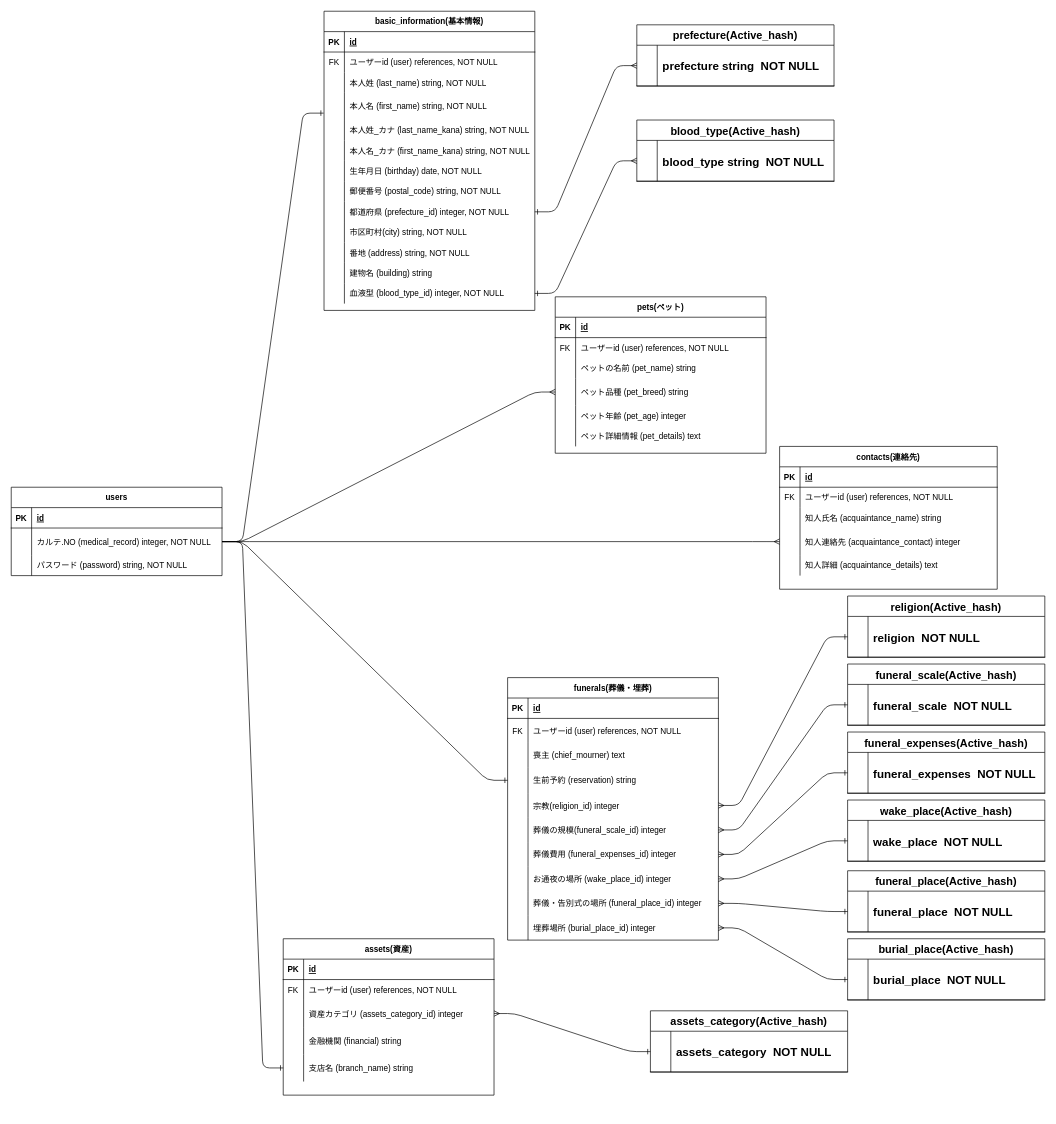
sutogone/ending_note keeps this draw.io diagram as ending.dio. Above is the earlier version. Source tidied: cells renumbered, new cells numbered last; positions are measured from the earlier drawing's top-left corner, leaving out a move shared by most shapes. Both pictures are drawn from the tidied source at 68%, with x=0, y=0 at pixel (11, 11).
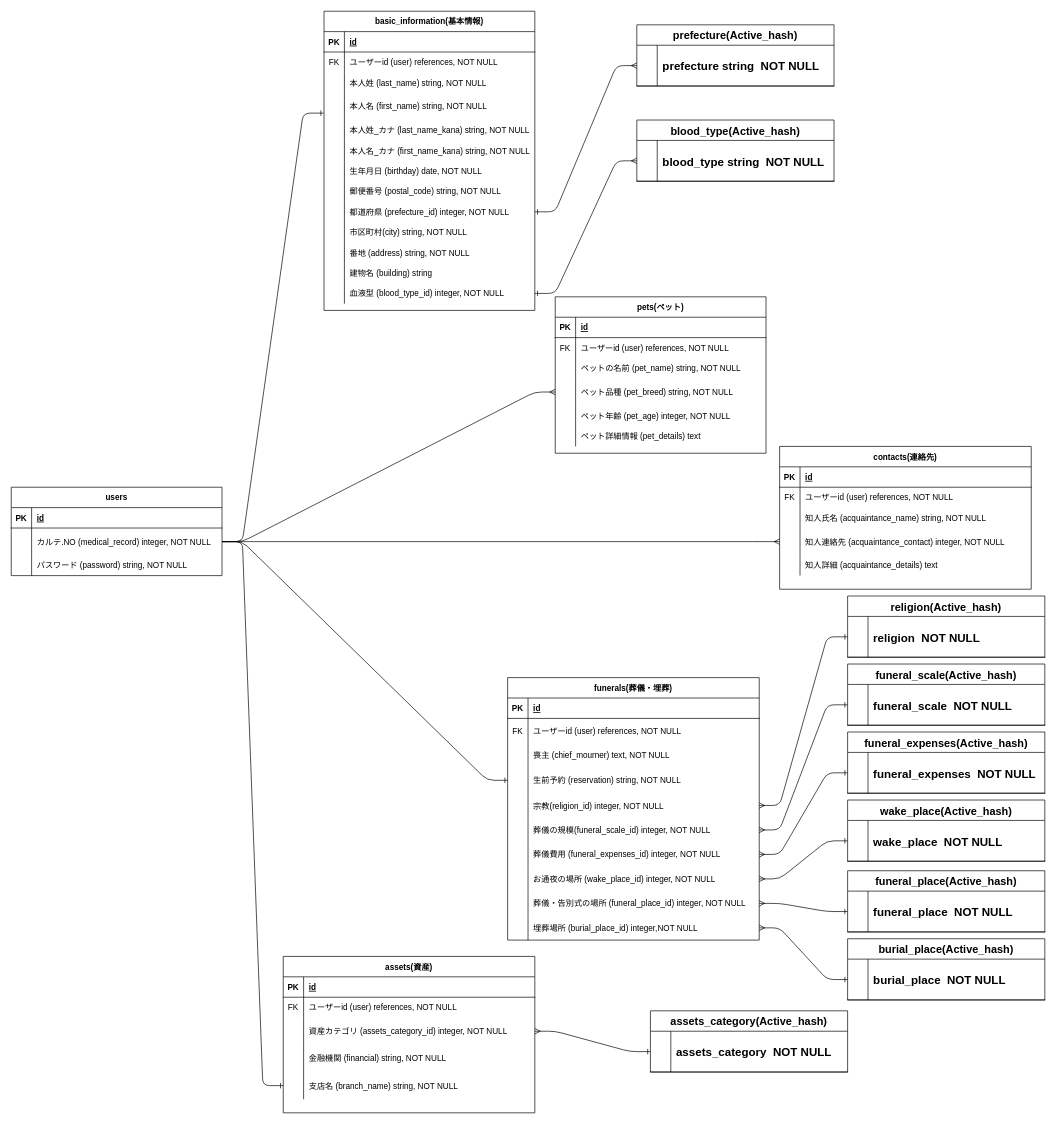
The same diagram, later.

The change refers to these unchanged cells:
```xml
<mxCell id="32" style="shape=partialRectangle;fillColor=none;top=0;left=0;bottom=0;right=0;points=[[0,0.5],[1,0.5]];portConstraint=eastwest;" parent="7" vertex="1">
  <mxGeometry y="280" width="310" height="30" as="geometry" />
</mxCell>
<mxCell id="79" style="shape=partialRectangle;fillColor=none;top=0;left=0;bottom=1;right=0;points=[[0,0.5],[1,0.5]];portConstraint=eastwest;" parent="78" vertex="1">
  <mxGeometry y="30" width="290" height="60" as="geometry" />
</mxCell>
<mxCell id="101" style="shape=partialRectangle;fillColor=none;top=0;left=0;bottom=0;right=0;" parent="94" vertex="1">
  <mxGeometry y="90" width="310" height="30" as="geometry" />
</mxCell>
<mxCell id="104" style="shape=partialRectangle;fillColor=none;top=0;left=0;bottom=0;right=0;points=[[0,0.5],[1,0.5]];portConstraint=eastwest;" parent="94" vertex="1">
  <mxGeometry y="120" width="310" height="40" as="geometry" />
</mxCell>
<mxCell id="107" style="shape=partialRectangle;fillColor=none;top=0;left=0;bottom=0;right=0;" parent="94" vertex="1">
  <mxGeometry y="160" width="310" height="30" as="geometry" />
</mxCell>
```

Change to the diagram source:
```diff
@@
     <mxCell id="61" value="contacts(連絡先)" style="shape=table;startSize=30;childLayout=tableLayout;rowLines=0;fontStyle=1;align=center;" parent="1" vertex="1">
-      <mxGeometry x="1130" y="640" width="320" height="210" as="geometry" />
+      <mxGeometry x="1130" y="640" width="370" height="210" as="geometry" />
     </mxCell>
     <mxCell id="62" style="shape=partialRectangle;fillColor=none;top=0;left=0;bottom=1;right=0;" parent="61" vertex="1">
-      <mxGeometry y="30" width="320" height="30" as="geometry" />
+      <mxGeometry y="30" width="370" height="30" as="geometry" />
     </mxCell>
@@
     <mxCell id="64" value="id" style="shape=partialRectangle;fillColor=none;top=0;left=0;bottom=0;right=0;align=left;spacingLeft=6;fontStyle=5;overflow=hidden;" parent="62" vertex="1">
-      <mxGeometry x="30" width="290" height="30" as="geometry" />
+      <mxGeometry x="30" width="340" height="30" as="geometry" />
     </mxCell>
     <mxCell id="65" style="shape=partialRectangle;fillColor=none;top=0;left=0;bottom=0;right=0;" parent="61" vertex="1">
-      <mxGeometry y="60" width="320" height="30" as="geometry" />
+      <mxGeometry y="60" width="370" height="30" as="geometry" />
     </mxCell>
@@
     <mxCell id="67" value="ユーザーid (user) references, NOT NULL" style="shape=partialRectangle;fillColor=none;top=0;left=0;bottom=0;right=0;align=left;spacingLeft=6;overflow=hidden;" parent="65" vertex="1">
-      <mxGeometry x="30" width="290" height="30" as="geometry" />
+      <mxGeometry x="30" width="340" height="30" as="geometry" />
     </mxCell>
     <mxCell id="68" style="shape=partialRectangle;fillColor=none;top=0;left=0;bottom=0;right=0;" parent="61" vertex="1">
-      <mxGeometry y="90" width="320" height="30" as="geometry" />
+      <mxGeometry y="90" width="370" height="30" as="geometry" />
     </mxCell>
@@
-    <mxCell id="70" value="知人氏名 (acquaintance_name) string" style="shape=partialRectangle;fillColor=none;top=0;left=0;bottom=0;right=0;align=left;spacingLeft=6;overflow=hidden;" parent="68" vertex="1">
-      <mxGeometry x="30" width="290" height="30" as="geometry" />
+    <mxCell id="70" value="知人氏名 (acquaintance_name) string, NOT NULL" style="shape=partialRectangle;fillColor=none;top=0;left=0;bottom=0;right=0;align=left;spacingLeft=6;overflow=hidden;" parent="68" vertex="1">
+      <mxGeometry x="30" width="340" height="30" as="geometry" />
     </mxCell>
     <mxCell id="71" style="shape=partialRectangle;fillColor=none;top=0;left=0;bottom=0;right=0;points=[[0,0.5],[1,0.5]];portConstraint=eastwest;" parent="61" vertex="1">
-      <mxGeometry y="120" width="320" height="40" as="geometry" />
+      <mxGeometry y="120" width="370" height="40" as="geometry" />
     </mxCell>
@@
-    <mxCell id="73" value="知人連絡先 (acquaintance_contact) integer" style="shape=partialRectangle;fillColor=none;top=0;left=0;bottom=0;right=0;align=left;spacingLeft=6;overflow=hidden;" parent="71" vertex="1">
-      <mxGeometry x="30" width="290" height="40" as="geometry" />
+    <mxCell id="73" value="知人連絡先 (acquaintance_contact) integer, NOT NULL" style="shape=partialRectangle;fillColor=none;top=0;left=0;bottom=0;right=0;align=left;spacingLeft=6;overflow=hidden;" parent="71" vertex="1">
+      <mxGeometry x="30" width="340" height="40" as="geometry" />
     </mxCell>
     <mxCell id="74" style="shape=partialRectangle;fillColor=none;top=0;left=0;bottom=0;right=0;" parent="61" vertex="1">
-      <mxGeometry y="160" width="320" height="30" as="geometry" />
+      <mxGeometry y="160" width="370" height="30" as="geometry" />
     </mxCell>
@@
     <mxCell id="76" value="知人詳細 (acquaintance_details) text" style="shape=partialRectangle;fillColor=none;top=0;left=0;bottom=0;right=0;align=left;spacingLeft=6;overflow=hidden;" parent="74" vertex="1">
-      <mxGeometry x="30" width="290" height="30" as="geometry" />
+      <mxGeometry x="30" width="340" height="30" as="geometry" />
     </mxCell>
@@
-    <mxCell id="103" value="ペットの名前 (pet_name) string" style="shape=partialRectangle;fillColor=none;top=0;left=0;bottom=0;right=0;align=left;spacingLeft=6;overflow=hidden;" parent="101" vertex="1">
+    <mxCell id="103" value="ペットの名前 (pet_name) string, NOT NULL" style="shape=partialRectangle;fillColor=none;top=0;left=0;bottom=0;right=0;align=left;spacingLeft=6;overflow=hidden;" parent="101" vertex="1">
       <mxGeometry x="30" width="280" height="30" as="geometry" />
     </mxCell>
@@
-    <mxCell id="106" value="ペット品種 (pet_breed) string" style="shape=partialRectangle;fillColor=none;top=0;left=0;bottom=0;right=0;align=left;spacingLeft=6;overflow=hidden;" parent="104" vertex="1">
+    <mxCell id="106" value="ペット品種 (pet_breed) string, NOT NULL" style="shape=partialRectangle;fillColor=none;top=0;left=0;bottom=0;right=0;align=left;spacingLeft=6;overflow=hidden;" parent="104" vertex="1">
       <mxGeometry x="30" width="280" height="40" as="geometry" />
     </mxCell>
@@
-    <mxCell id="109" value="ペット年齢 (pet_age) integer" style="shape=partialRectangle;fillColor=none;top=0;left=0;bottom=0;right=0;align=left;spacingLeft=6;overflow=hidden;" parent="107" vertex="1">
+    <mxCell id="109" value="ペット年齢 (pet_age) integer, NOT NULL" style="shape=partialRectangle;fillColor=none;top=0;left=0;bottom=0;right=0;align=left;spacingLeft=6;overflow=hidden;" parent="107" vertex="1">
       <mxGeometry x="30" width="280" height="30" as="geometry" />
     </mxCell>
@@
     <mxCell id="131" value="funerals(葬儀・埋葬)" style="shape=table;startSize=30;childLayout=tableLayout;rowLines=0;fontStyle=1;align=center;" parent="1" vertex="1">
-      <mxGeometry x="730" y="980" width="310" height="386" as="geometry" />
+      <mxGeometry x="730" y="980" width="370" height="386" as="geometry" />
     </mxCell>
     <mxCell id="132" style="shape=partialRectangle;fillColor=none;top=0;left=0;bottom=1;right=0;" parent="131" vertex="1">
-      <mxGeometry y="30" width="310" height="30" as="geometry" />
+      <mxGeometry y="30" width="370" height="30" as="geometry" />
     </mxCell>
@@
     <mxCell id="134" value="id" style="shape=partialRectangle;fillColor=none;top=0;left=0;bottom=0;right=0;align=left;spacingLeft=6;fontStyle=5;overflow=hidden;" parent="132" vertex="1">
-      <mxGeometry x="30" width="280" height="30" as="geometry" />
+      <mxGeometry x="30" width="340" height="30" as="geometry" />
     </mxCell>
     <mxCell id="135" style="shape=partialRectangle;fillColor=none;top=0;left=0;bottom=0;right=0;" parent="131" vertex="1">
-      <mxGeometry y="60" width="310" height="36" as="geometry" />
+      <mxGeometry y="60" width="370" height="36" as="geometry" />
     </mxCell>
@@
     <mxCell id="137" value="ユーザーid (user) references, NOT NULL" style="shape=partialRectangle;fillColor=none;top=0;left=0;bottom=0;right=0;align=left;spacingLeft=6;overflow=hidden;" parent="135" vertex="1">
-      <mxGeometry x="30" width="280" height="36" as="geometry" />
+      <mxGeometry x="30" width="340" height="36" as="geometry" />
     </mxCell>
     <mxCell id="138" style="shape=partialRectangle;fillColor=none;top=0;left=0;bottom=0;right=0;" parent="131" vertex="1">
-      <mxGeometry y="96" width="310" height="36" as="geometry" />
+      <mxGeometry y="96" width="370" height="36" as="geometry" />
     </mxCell>
@@
-    <mxCell id="140" value="喪主 (chief_mourner) text" style="shape=partialRectangle;fillColor=none;top=0;left=0;bottom=0;right=0;align=left;spacingLeft=6;overflow=hidden;" parent="138" vertex="1">
-      <mxGeometry x="30" width="280" height="36" as="geometry" />
+    <mxCell id="140" value="喪主 (chief_mourner) text, NOT NULL" style="shape=partialRectangle;fillColor=none;top=0;left=0;bottom=0;right=0;align=left;spacingLeft=6;overflow=hidden;" parent="138" vertex="1">
+      <mxGeometry x="30" width="340" height="36" as="geometry" />
     </mxCell>
     <mxCell id="141" style="shape=partialRectangle;fillColor=none;top=0;left=0;bottom=0;right=0;points=[[0,0.5],[1,0.5]];portConstraint=eastwest;" parent="131" vertex="1">
-      <mxGeometry y="132" width="310" height="38" as="geometry" />
+      <mxGeometry y="132" width="370" height="38" as="geometry" />
     </mxCell>
@@
-    <mxCell id="143" value="生前予約 (reservation) string" style="shape=partialRectangle;fillColor=none;top=0;left=0;bottom=0;right=0;align=left;spacingLeft=6;overflow=hidden;" parent="141" vertex="1">
-      <mxGeometry x="30" width="280" height="38" as="geometry" />
+    <mxCell id="143" value="生前予約 (reservation) string, NOT NULL" style="shape=partialRectangle;fillColor=none;top=0;left=0;bottom=0;right=0;align=left;spacingLeft=6;overflow=hidden;" parent="141" vertex="1">
+      <mxGeometry x="30" width="340" height="38" as="geometry" />
     </mxCell>
     <mxCell id="144" style="shape=partialRectangle;fillColor=none;top=0;left=0;bottom=0;right=0;points=[[0,0.5],[1,0.5]];portConstraint=eastwest;" parent="131" vertex="1">
-      <mxGeometry y="170" width="310" height="36" as="geometry" />
+      <mxGeometry y="170" width="370" height="36" as="geometry" />
     </mxCell>
@@
-    <mxCell id="146" value="宗教(religion_id) integer" style="shape=partialRectangle;fillColor=none;top=0;left=0;bottom=0;right=0;align=left;spacingLeft=6;overflow=hidden;" parent="144" vertex="1">
-      <mxGeometry x="30" width="280" height="36" as="geometry" />
+    <mxCell id="146" value="宗教(religion_id) integer, NOT NULL" style="shape=partialRectangle;fillColor=none;top=0;left=0;bottom=0;right=0;align=left;spacingLeft=6;overflow=hidden;" parent="144" vertex="1">
+      <mxGeometry x="30" width="340" height="36" as="geometry" />
     </mxCell>
     <mxCell id="147" style="shape=partialRectangle;fillColor=none;top=0;left=0;bottom=0;right=0;points=[[0,0.5],[1,0.5]];portConstraint=eastwest;" parent="131" vertex="1">
-      <mxGeometry y="206" width="310" height="36" as="geometry" />
+      <mxGeometry y="206" width="370" height="36" as="geometry" />
     </mxCell>
@@
-    <mxCell id="149" value="葬儀の規模(funeral_scale_id) integer" style="shape=partialRectangle;fillColor=none;top=0;left=0;bottom=0;right=0;align=left;spacingLeft=6;overflow=hidden;" parent="147" vertex="1">
-      <mxGeometry x="30" width="280" height="36" as="geometry" />
+    <mxCell id="149" value="葬儀の規模(funeral_scale_id) integer, NOT NULL" style="shape=partialRectangle;fillColor=none;top=0;left=0;bottom=0;right=0;align=left;spacingLeft=6;overflow=hidden;" parent="147" vertex="1">
+      <mxGeometry x="30" width="340" height="36" as="geometry" />
     </mxCell>
     <mxCell id="150" style="shape=partialRectangle;fillColor=none;top=0;left=0;bottom=0;right=0;points=[[0,0.5],[1,0.5]];portConstraint=eastwest;" parent="131" vertex="1">
-      <mxGeometry y="242" width="310" height="36" as="geometry" />
+      <mxGeometry y="242" width="370" height="36" as="geometry" />
     </mxCell>
@@
-    <mxCell id="152" value="葬儀費用 (funeral_expenses_id) integer" style="shape=partialRectangle;fillColor=none;top=0;left=0;bottom=0;right=0;align=left;spacingLeft=6;overflow=hidden;" parent="150" vertex="1">
-      <mxGeometry x="30" width="280" height="36" as="geometry" />
+    <mxCell id="152" value="葬儀費用 (funeral_expenses_id) integer, NOT NULL" style="shape=partialRectangle;fillColor=none;top=0;left=0;bottom=0;right=0;align=left;spacingLeft=6;overflow=hidden;" parent="150" vertex="1">
+      <mxGeometry x="30" width="340" height="36" as="geometry" />
     </mxCell>
     <mxCell id="153" style="shape=partialRectangle;fillColor=none;top=0;left=0;bottom=0;right=0;points=[[0,0.5],[1,0.5]];portConstraint=eastwest;" parent="131" vertex="1">
-      <mxGeometry y="278" width="310" height="36" as="geometry" />
+      <mxGeometry y="278" width="370" height="36" as="geometry" />
     </mxCell>
@@
-    <mxCell id="155" value="お通夜の場所 (wake_place_id) integer" style="shape=partialRectangle;fillColor=none;top=0;left=0;bottom=0;right=0;align=left;spacingLeft=6;overflow=hidden;" parent="153" vertex="1">
-      <mxGeometry x="30" width="280" height="36" as="geometry" />
+    <mxCell id="155" value="お通夜の場所 (wake_place_id) integer, NOT NULL" style="shape=partialRectangle;fillColor=none;top=0;left=0;bottom=0;right=0;align=left;spacingLeft=6;overflow=hidden;" parent="153" vertex="1">
+      <mxGeometry x="30" width="340" height="36" as="geometry" />
     </mxCell>
     <mxCell id="156" style="shape=partialRectangle;fillColor=none;top=0;left=0;bottom=0;right=0;points=[[0,0.5],[1,0.5]];portConstraint=eastwest;" parent="131" vertex="1">
-      <mxGeometry y="314" width="310" height="36" as="geometry" />
+      <mxGeometry y="314" width="370" height="36" as="geometry" />
     </mxCell>
@@
-    <mxCell id="158" value="葬儀・告別式の場所 (funeral_place_id) integer" style="shape=partialRectangle;fillColor=none;top=0;left=0;bottom=0;right=0;align=left;spacingLeft=6;overflow=hidden;" parent="156" vertex="1">
-      <mxGeometry x="30" width="280" height="36" as="geometry" />
+    <mxCell id="158" value="葬儀・告別式の場所 (funeral_place_id) integer, NOT NULL" style="shape=partialRectangle;fillColor=none;top=0;left=0;bottom=0;right=0;align=left;spacingLeft=6;overflow=hidden;" parent="156" vertex="1">
+      <mxGeometry x="30" width="340" height="36" as="geometry" />
     </mxCell>
     <mxCell id="159" style="shape=partialRectangle;fillColor=none;top=0;left=0;bottom=0;right=0;points=[[0,0.5],[1,0.5]];portConstraint=eastwest;" parent="131" vertex="1">
-      <mxGeometry y="350" width="310" height="36" as="geometry" />
+      <mxGeometry y="350" width="370" height="36" as="geometry" />
     </mxCell>
@@
-    <mxCell id="161" value="埋葬場所 (burial_place_id) integer" style="shape=partialRectangle;fillColor=none;top=0;left=0;bottom=0;right=0;align=left;spacingLeft=6;overflow=hidden;" parent="159" vertex="1">
-      <mxGeometry x="30" width="280" height="36" as="geometry" />
+    <mxCell id="161" value="埋葬場所 (burial_place_id) integer,NOT NULL" style="shape=partialRectangle;fillColor=none;top=0;left=0;bottom=0;right=0;align=left;spacingLeft=6;overflow=hidden;" parent="159" vertex="1">
+      <mxGeometry x="30" width="340" height="36" as="geometry" />
     </mxCell>
+    <mxCell id="178" style="edgeStyle=entityRelationEdgeStyle;fontSize=12;html=1;endArrow=ERone;endFill=1;startArrow=ERmany;startFill=0;entryX=0;entryY=0.5;entryDx=0;entryDy=0;exitX=1;exitY=0.5;exitDx=0;exitDy=0;" parent="1" edge="1" source="169" target="180">
+      <mxGeometry relative="1" as="geometry" />
+    </mxCell>
+    <mxCell id="179" value="assets_category(Active_hash)" style="shape=table;startSize=30;childLayout=tableLayout;rowLines=0;fontStyle=1;align=center;fontSize=16;" parent="1" vertex="1">
+      <mxGeometry x="940" y="1470" width="290" height="90" as="geometry" />
+    </mxCell>
+    <mxCell id="180" style="shape=partialRectangle;fillColor=none;top=0;left=0;bottom=1;right=0;points=[[0,0.5],[1,0.5]];portConstraint=eastwest;" parent="179" vertex="1">
+      <mxGeometry y="30" width="290" height="60" as="geometry" />
+    </mxCell>
+    <mxCell id="181" style="shape=partialRectangle;fillColor=none;top=0;left=0;bottom=0;right=0;fontStyle=1;overflow=hidden;" parent="180" vertex="1">
+      <mxGeometry width="30" height="60" as="geometry" />
+    </mxCell>
+    <mxCell id="182" value="assets_category  NOT NULL" style="shape=partialRectangle;fillColor=none;top=0;left=0;bottom=0;right=0;align=left;spacingLeft=6;fontStyle=1;overflow=hidden;fontSize=17;" parent="180" vertex="1">
+      <mxGeometry x="30" width="260" height="60" as="geometry" />
+    </mxCell>
+    <mxCell id="183" style="edgeStyle=entityRelationEdgeStyle;fontSize=12;html=1;endArrow=ERmany;entryX=0;entryY=0.5;entryDx=0;entryDy=0;exitX=1;exitY=0.5;exitDx=0;exitDy=0;startArrow=ERone;startFill=0;" parent="1" edge="1" source="32" target="79">
+      <mxGeometry relative="1" as="geometry" />
+    </mxCell>
     <mxCell id="162" value="assets(資産)" style="shape=table;startSize=30;childLayout=tableLayout;rowLines=0;fontStyle=1;align=center;" parent="1" vertex="1">
-      <mxGeometry x="400" y="1364" width="310" height="230" as="geometry" />
+      <mxGeometry x="400" y="1390" width="370" height="230" as="geometry" />
     </mxCell>
     <mxCell id="163" style="shape=partialRectangle;fillColor=none;top=0;left=0;bottom=1;right=0;" parent="162" vertex="1">
-      <mxGeometry y="30" width="310" height="30" as="geometry" />
+      <mxGeometry y="30" width="370" height="30" as="geometry" />
     </mxCell>
@@
     <mxCell id="165" value="id" style="shape=partialRectangle;fillColor=none;top=0;left=0;bottom=0;right=0;align=left;spacingLeft=6;fontStyle=5;overflow=hidden;" parent="163" vertex="1">
-      <mxGeometry x="30" width="280" height="30" as="geometry" />
+      <mxGeometry x="30" width="340" height="30" as="geometry" />
     </mxCell>
     <mxCell id="166" style="shape=partialRectangle;fillColor=none;top=0;left=0;bottom=0;right=0;" parent="162" vertex="1">
-      <mxGeometry y="60" width="310" height="30" as="geometry" />
+      <mxGeometry y="60" width="370" height="30" as="geometry" />
     </mxCell>
@@
     <mxCell id="168" value="ユーザーid (user) references, NOT NULL" style="shape=partialRectangle;fillColor=none;top=0;left=0;bottom=0;right=0;align=left;spacingLeft=6;overflow=hidden;" parent="166" vertex="1">
-      <mxGeometry x="30" width="280" height="30" as="geometry" />
+      <mxGeometry x="30" width="340" height="30" as="geometry" />
     </mxCell>
     <mxCell id="169" style="shape=partialRectangle;fillColor=none;top=0;left=0;bottom=0;right=0;points=[[0,0.5],[1,0.5]];portConstraint=eastwest;" parent="162" vertex="1">
-      <mxGeometry y="90" width="310" height="40" as="geometry" />
+      <mxGeometry y="90" width="370" height="40" as="geometry" />
     </mxCell>
@@
-    <mxCell id="171" value="資産カテゴリ (assets_category_id) integer" style="shape=partialRectangle;fillColor=none;top=0;left=0;bottom=0;right=0;align=left;spacingLeft=6;overflow=hidden;" parent="169" vertex="1">
-      <mxGeometry x="30" width="280" height="40" as="geometry" />
+    <mxCell id="171" value="資産カテゴリ (assets_category_id) integer, NOT NULL" style="shape=partialRectangle;fillColor=none;top=0;left=0;bottom=0;right=0;align=left;spacingLeft=6;overflow=hidden;" parent="169" vertex="1">
+      <mxGeometry x="30" width="340" height="40" as="geometry" />
     </mxCell>
     <mxCell id="172" style="shape=partialRectangle;fillColor=none;top=0;left=0;bottom=0;right=0;" parent="162" vertex="1">
-      <mxGeometry y="130" width="310" height="40" as="geometry" />
+      <mxGeometry y="130" width="370" height="40" as="geometry" />
     </mxCell>
@@
-    <mxCell id="174" value="金融機関 (financial) string" style="shape=partialRectangle;fillColor=none;top=0;left=0;bottom=0;right=0;align=left;spacingLeft=6;overflow=hidden;" parent="172" vertex="1">
-      <mxGeometry x="30" width="280" height="40" as="geometry" />
+    <mxCell id="174" value="金融機関 (financial) string, NOT NULL" style="shape=partialRectangle;fillColor=none;top=0;left=0;bottom=0;right=0;align=left;spacingLeft=6;overflow=hidden;" parent="172" vertex="1">
+      <mxGeometry x="30" width="340" height="40" as="geometry" />
     </mxCell>
     <mxCell id="175" style="shape=partialRectangle;fillColor=none;top=0;left=0;bottom=0;right=0;points=[[0,0.5],[1,0.5]];portConstraint=eastwest;" parent="162" vertex="1">
-      <mxGeometry y="170" width="310" height="40" as="geometry" />
+      <mxGeometry y="170" width="370" height="40" as="geometry" />
     </mxCell>
@@
-    <mxCell id="177" value="支店名 (branch_name) string" style="shape=partialRectangle;fillColor=none;top=0;left=0;bottom=0;right=0;align=left;spacingLeft=6;overflow=hidden;" parent="175" vertex="1">
-      <mxGeometry x="30" width="280" height="40" as="geometry" />
+    <mxCell id="177" value="支店名 (branch_name) string, NOT NULL" style="shape=partialRectangle;fillColor=none;top=0;left=0;bottom=0;right=0;align=left;spacingLeft=6;overflow=hidden;" parent="175" vertex="1">
+      <mxGeometry x="30" width="340" height="40" as="geometry" />
     </mxCell>
-    <mxCell id="178" style="edgeStyle=entityRelationEdgeStyle;fontSize=12;html=1;endArrow=ERone;endFill=1;startArrow=ERmany;startFill=0;entryX=0;entryY=0.5;entryDx=0;entryDy=0;exitX=1;exitY=0.5;exitDx=0;exitDy=0;" parent="1" edge="1" source="169" target="180">
-      <mxGeometry relative="1" as="geometry" />
-    </mxCell>
-    <mxCell id="179" value="assets_category(Active_hash)" style="shape=table;startSize=30;childLayout=tableLayout;rowLines=0;fontStyle=1;align=center;fontSize=16;" parent="1" vertex="1">
-      <mxGeometry x="940" y="1470" width="290" height="90" as="geometry" />
-    </mxCell>
-    <mxCell id="180" style="shape=partialRectangle;fillColor=none;top=0;left=0;bottom=1;right=0;points=[[0,0.5],[1,0.5]];portConstraint=eastwest;" parent="179" vertex="1">
-      <mxGeometry y="30" width="290" height="60" as="geometry" />
-    </mxCell>
-    <mxCell id="181" style="shape=partialRectangle;fillColor=none;top=0;left=0;bottom=0;right=0;fontStyle=1;overflow=hidden;" parent="180" vertex="1">
-      <mxGeometry width="30" height="60" as="geometry" />
-    </mxCell>
-    <mxCell id="182" value="assets_category  NOT NULL" style="shape=partialRectangle;fillColor=none;top=0;left=0;bottom=0;right=0;align=left;spacingLeft=6;fontStyle=1;overflow=hidden;fontSize=17;" parent="180" vertex="1">
-      <mxGeometry x="30" width="260" height="60" as="geometry" />
-    </mxCell>
-    <mxCell id="183" style="edgeStyle=entityRelationEdgeStyle;fontSize=12;html=1;endArrow=ERmany;entryX=0;entryY=0.5;entryDx=0;entryDy=0;exitX=1;exitY=0.5;exitDx=0;exitDy=0;startArrow=ERone;startFill=0;" parent="1" edge="1" source="32" target="79">
-      <mxGeometry relative="1" as="geometry" />
-    </mxCell>
```
